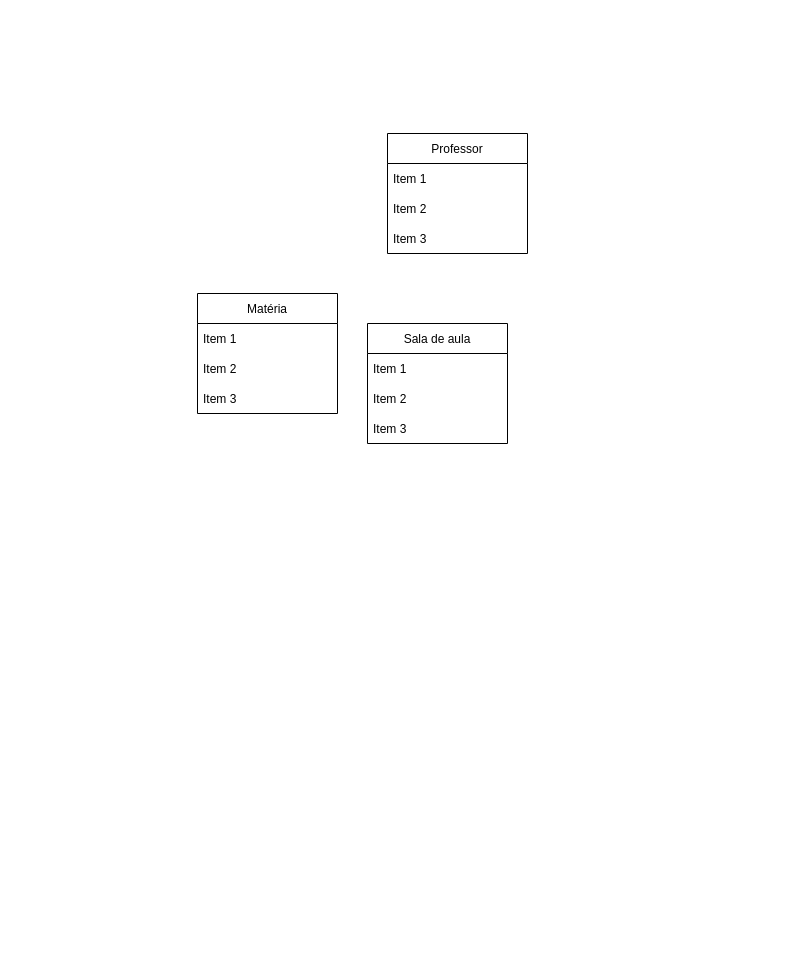
The draw.io diagram Untitled Diagram.drawio in GCardoso-lab/Comp2, before the edit. Source tidied: cells renumbered, new cells numbered last; positions are measured from the earlier drawing's top-left corner, leaving out a move shared by most shapes. Both pictures are drawn from the tidied source at 100%, with x=0, y=0 at pixel (197, 133).
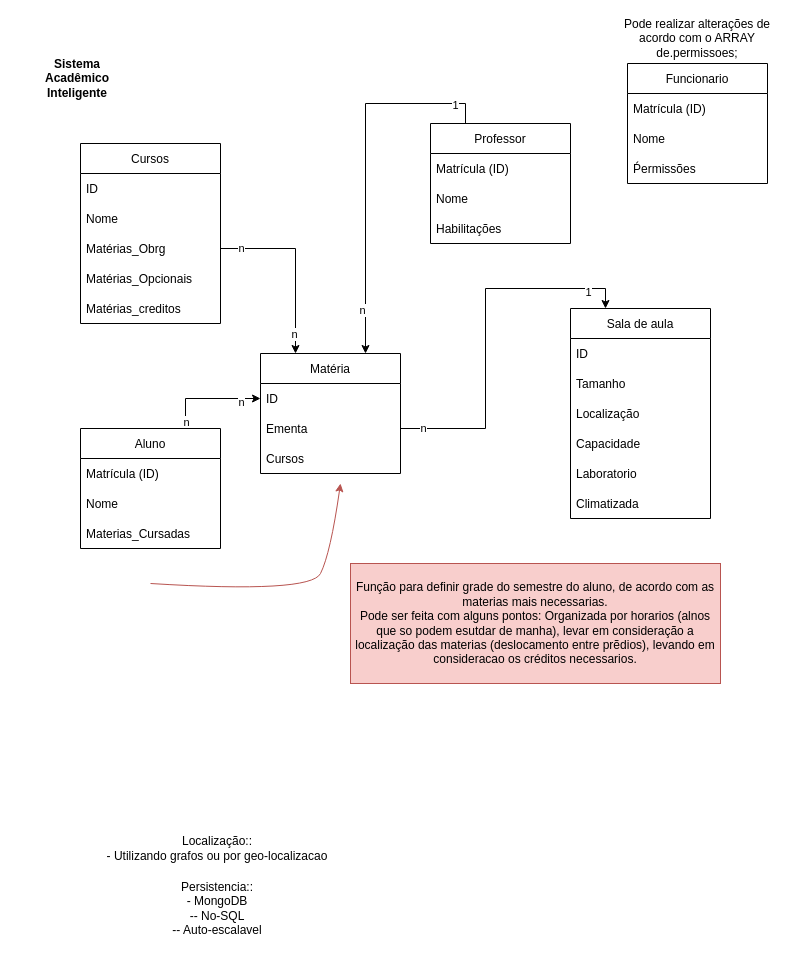
After the change.

Commit message:
Classes iniciais e objetivos

Diff of the diagram source:
```diff
@@
     <mxCell id="2" value="Matéria" style="swimlane;fontStyle=0;horizontal=1;startSize=30;" parent="1" vertex="1">
-      <mxGeometry y="160" width="140" height="120" as="geometry" />
+      <mxGeometry x="63" y="220" width="140" height="120" as="geometry" />
     </mxCell>
-    <mxCell id="3" value="Item 1" style="text;strokeColor=none;fillColor=none;align=left;verticalAlign=middle;spacingLeft=4;spacingRight=4;overflow=hidden;points=[[0,0.5],[1,0.5]];portConstraint=eastwest;" parent="2" vertex="1">
+    <mxCell id="3" value="ID" style="text;strokeColor=none;fillColor=none;align=left;verticalAlign=middle;spacingLeft=4;spacingRight=4;overflow=hidden;points=[[0,0.5],[1,0.5]];portConstraint=eastwest;" parent="2" vertex="1">
       <mxGeometry y="30" width="140" height="30" as="geometry" />
     </mxCell>
-    <mxCell id="4" value="Item 2" style="text;strokeColor=none;fillColor=none;align=left;verticalAlign=middle;spacingLeft=4;spacingRight=4;overflow=hidden;points=[[0,0.5],[1,0.5]];portConstraint=eastwest;" parent="2" vertex="1">
+    <mxCell id="4" value="Ementa" style="text;strokeColor=none;fillColor=none;align=left;verticalAlign=middle;spacingLeft=4;spacingRight=4;overflow=hidden;points=[[0,0.5],[1,0.5]];portConstraint=eastwest;" parent="2" vertex="1">
       <mxGeometry y="60" width="140" height="30" as="geometry" />
     </mxCell>
-    <mxCell id="5" value="Item 3" style="text;strokeColor=none;fillColor=none;align=left;verticalAlign=middle;spacingLeft=4;spacingRight=4;overflow=hidden;" parent="2" vertex="1">
+    <mxCell id="5" value="Cursos" style="text;strokeColor=none;fillColor=none;align=left;verticalAlign=middle;spacingLeft=4;spacingRight=4;overflow=hidden;" parent="2" vertex="1">
       <mxGeometry y="90" width="140" height="30" as="geometry" />
     </mxCell>
+    <mxCell id="14" style="edgeStyle=orthogonalEdgeStyle;rounded=0;jettySize=auto;html=1;exitX=0.25;exitY=0;exitDx=0;exitDy=0;entryX=0.75;entryY=0;entryDx=0;entryDy=0;" parent="1" edge="1" source="6" target="2">
+      <mxGeometry relative="1" as="geometry" />
+    </mxCell>
+    <mxCell id="15" value="1" style="edgeLabel;html=1;align=center;verticalAlign=middle;" parent="14" vertex="1">
+      <mxGeometry x="-0.83" y="1" relative="1" as="geometry" />
+    </mxCell>
+    <mxCell id="16" value="n" style="edgeLabel;html=1;align=center;verticalAlign=middle;" parent="14" vertex="1">
+      <mxGeometry x="0.76" y="-4" relative="1" as="geometry" />
+    </mxCell>
     <mxCell id="6" value="Professor" style="swimlane;fontStyle=0;horizontal=1;startSize=30;" parent="1" vertex="1">
-      <mxGeometry x="190" width="140" height="120" as="geometry" />
+      <mxGeometry x="233" y="-10" width="140" height="120" as="geometry" />
     </mxCell>
-    <mxCell id="7" value="Item 1" style="text;strokeColor=none;fillColor=none;align=left;verticalAlign=middle;spacingLeft=4;spacingRight=4;overflow=hidden;" parent="6" vertex="1">
+    <mxCell id="7" value="Matrícula (ID)" style="text;strokeColor=none;fillColor=none;align=left;verticalAlign=middle;spacingLeft=4;spacingRight=4;overflow=hidden;" parent="6" vertex="1">
       <mxGeometry y="30" width="140" height="30" as="geometry" />
     </mxCell>
-    <mxCell id="8" value="Item 2" style="text;strokeColor=none;fillColor=none;align=left;verticalAlign=middle;spacingLeft=4;spacingRight=4;overflow=hidden;" parent="6" vertex="1">
+    <mxCell id="8" value="Nome" style="text;strokeColor=none;fillColor=none;align=left;verticalAlign=middle;spacingLeft=4;spacingRight=4;overflow=hidden;" parent="6" vertex="1">
       <mxGeometry y="60" width="140" height="30" as="geometry" />
     </mxCell>
-    <mxCell id="9" value="Item 3" style="text;strokeColor=none;fillColor=none;align=left;verticalAlign=middle;spacingLeft=4;spacingRight=4;overflow=hidden;" parent="6" vertex="1">
+    <mxCell id="9" value="Habilitações" style="text;strokeColor=none;fillColor=none;align=left;verticalAlign=middle;spacingLeft=4;spacingRight=4;overflow=hidden;" parent="6" vertex="1">
       <mxGeometry y="90" width="140" height="30" as="geometry" />
     </mxCell>
     <mxCell id="10" value="Sala de aula" style="swimlane;fontStyle=0;horizontal=1;startSize=30;" parent="1" vertex="1">
-      <mxGeometry x="170" y="190" width="140" height="120" as="geometry" />
+      <mxGeometry x="373" y="175" width="140" height="210" as="geometry" />
     </mxCell>
-    <mxCell id="11" value="Item 1" style="text;strokeColor=none;fillColor=none;align=left;verticalAlign=middle;spacingLeft=4;spacingRight=4;overflow=hidden;" parent="10" vertex="1">
+    <mxCell id="11" value="ID" style="text;strokeColor=none;fillColor=none;align=left;verticalAlign=middle;spacingLeft=4;spacingRight=4;overflow=hidden;" parent="10" vertex="1">
       <mxGeometry y="30" width="140" height="30" as="geometry" />
     </mxCell>
+    <mxCell id="17" value="Tamanho" style="text;strokeColor=none;fillColor=none;align=left;verticalAlign=middle;spacingLeft=4;spacingRight=4;overflow=hidden;" parent="10" vertex="1">
+      <mxGeometry y="60" width="140" height="30" as="geometry" />
+    </mxCell>
-    <mxCell id="12" value="Item 2" style="text;strokeColor=none;fillColor=none;align=left;verticalAlign=middle;spacingLeft=4;spacingRight=4;overflow=hidden;" parent="10" vertex="1">
-      <mxGeometry y="60" width="140" height="30" as="geometry" />
+    <mxCell id="12" value="Localização" style="text;strokeColor=none;fillColor=none;align=left;verticalAlign=middle;spacingLeft=4;spacingRight=4;overflow=hidden;" parent="10" vertex="1">
+      <mxGeometry y="90" width="140" height="30" as="geometry" />
     </mxCell>
-    <mxCell id="13" value="Item 3" style="text;strokeColor=none;fillColor=none;align=left;verticalAlign=middle;spacingLeft=4;spacingRight=4;overflow=hidden;" parent="10" vertex="1">
-      <mxGeometry y="90" width="140" height="30" as="geometry" />
+    <mxCell id="13" value="Capacidade    " style="text;strokeColor=none;fillColor=none;align=left;verticalAlign=middle;spacingLeft=4;spacingRight=4;overflow=hidden;" parent="10" vertex="1">
+      <mxGeometry y="120" width="140" height="30" as="geometry" />
     </mxCell>
+    <mxCell id="18" value="Laboratorio" style="text;strokeColor=none;fillColor=none;align=left;verticalAlign=middle;spacingLeft=4;spacingRight=4;overflow=hidden;" parent="10" vertex="1">
+      <mxGeometry y="150" width="140" height="30" as="geometry" />
+    </mxCell>
+    <mxCell id="19" value="Climatizada" style="text;strokeColor=none;fillColor=none;align=left;verticalAlign=middle;spacingLeft=4;spacingRight=4;overflow=hidden;" parent="10" vertex="1">
+      <mxGeometry y="180" width="140" height="30" as="geometry" />
+    </mxCell>
+    <mxCell id="20" value="Cursos" style="swimlane;fontStyle=0;horizontal=1;startSize=30;" parent="1" vertex="1">
+      <mxGeometry x="-117" y="10" width="140" height="180" as="geometry" />
+    </mxCell>
+    <mxCell id="21" value="ID" style="text;strokeColor=none;fillColor=none;align=left;verticalAlign=middle;spacingLeft=4;spacingRight=4;overflow=hidden;" parent="20" vertex="1">
+      <mxGeometry y="30" width="140" height="30" as="geometry" />
+    </mxCell>
+    <mxCell id="22" value="Nome" style="text;strokeColor=none;fillColor=none;align=left;verticalAlign=middle;spacingLeft=4;spacingRight=4;overflow=hidden;" parent="20" vertex="1">
+      <mxGeometry y="60" width="140" height="30" as="geometry" />
+    </mxCell>
+    <mxCell id="23" value="Matérias_Obrg" style="text;strokeColor=none;fillColor=none;align=left;verticalAlign=middle;spacingLeft=4;spacingRight=4;overflow=hidden;points=[[0,0.5],[1,0.5]];portConstraint=eastwest;" parent="20" vertex="1">
+      <mxGeometry y="90" width="140" height="30" as="geometry" />
+    </mxCell>
+    <mxCell id="24" value="Matérias_Opcionais" style="text;strokeColor=none;fillColor=none;align=left;verticalAlign=middle;spacingLeft=4;spacingRight=4;overflow=hidden;" parent="20" vertex="1">
+      <mxGeometry y="120" width="140" height="30" as="geometry" />
+    </mxCell>
+    <mxCell id="25" value="Matérias_creditos" style="text;strokeColor=none;fillColor=none;align=left;verticalAlign=middle;spacingLeft=4;spacingRight=4;overflow=hidden;" parent="20" vertex="1">
+      <mxGeometry y="150" width="140" height="30" as="geometry" />
+    </mxCell>
+    <mxCell id="26" style="edgeStyle=orthogonalEdgeStyle;rounded=0;jettySize=auto;html=1;exitX=1;exitY=0.5;exitDx=0;exitDy=0;entryX=0.25;entryY=0;entryDx=0;entryDy=0;" parent="1" edge="1" source="23" target="2">
+      <mxGeometry relative="1" as="geometry" />
+    </mxCell>
+    <mxCell id="27" value="n" style="edgeLabel;html=1;align=center;verticalAlign=middle;" parent="26" vertex="1">
+      <mxGeometry x="0.79" y="-1" relative="1" as="geometry">
+        <mxPoint x="-1" y="-1" as="offset" />
+      </mxGeometry>
+    </mxCell>
+    <mxCell id="28" value="n" style="edgeLabel;html=1;align=center;verticalAlign=middle;" parent="26" vertex="1">
+      <mxGeometry x="-0.78" y="1" relative="1" as="geometry" />
+    </mxCell>
+    <mxCell id="29" style="edgeStyle=orthogonalEdgeStyle;rounded=0;jettySize=auto;html=1;exitX=1;exitY=0.5;exitDx=0;exitDy=0;entryX=0.25;entryY=0;entryDx=0;entryDy=0;" parent="1" edge="1" source="4" target="10">
+      <mxGeometry relative="1" as="geometry" />
+    </mxCell>
+    <mxCell id="30" value="1" style="edgeLabel;html=1;align=center;verticalAlign=middle;" parent="29" vertex="1">
+      <mxGeometry x="0.79" y="-3" relative="1" as="geometry" />
+    </mxCell>
+    <mxCell id="31" value="n" style="edgeLabel;html=1;align=center;verticalAlign=middle;" parent="29" vertex="1">
+      <mxGeometry x="-0.88" y="1" relative="1" as="geometry" />
+    </mxCell>
+    <mxCell id="32" value="&lt;b&gt;Sistema Acadêmico Inteligente&lt;br&gt;&lt;/b&gt;" style="text;html=1;strokeColor=none;fillColor=none;align=center;verticalAlign=middle;whiteSpace=wrap;rounded=0;" parent="1" vertex="1">
+      <mxGeometry x="-150" y="-70" width="60" height="30" as="geometry" />
+    </mxCell>
+    <mxCell id="33" style="edgeStyle=orthogonalEdgeStyle;rounded=0;jettySize=auto;html=1;exitX=0.75;exitY=0;exitDx=0;exitDy=0;entryX=0;entryY=0.5;entryDx=0;entryDy=0;" parent="1" edge="1" source="36" target="3">
+      <mxGeometry relative="1" as="geometry" />
+    </mxCell>
+    <mxCell id="34" value="n" style="edgeLabel;html=1;align=center;verticalAlign=middle;" parent="33" vertex="1">
+      <mxGeometry x="0.62" y="-3" relative="1" as="geometry" />
+    </mxCell>
+    <mxCell id="35" value="n" style="edgeLabel;html=1;align=center;verticalAlign=middle;" parent="33" vertex="1">
+      <mxGeometry x="-0.86" relative="1" as="geometry" />
+    </mxCell>
+    <mxCell id="36" value="Aluno" style="swimlane;fontStyle=0;horizontal=1;startSize=30;" parent="1" vertex="1">
+      <mxGeometry x="-117" y="295" width="140" height="120" as="geometry" />
+    </mxCell>
+    <mxCell id="37" value="Matrícula (ID)" style="text;strokeColor=none;fillColor=none;align=left;verticalAlign=middle;spacingLeft=4;spacingRight=4;overflow=hidden;" parent="36" vertex="1">
+      <mxGeometry y="30" width="140" height="30" as="geometry" />
+    </mxCell>
+    <mxCell id="38" value="Nome" style="text;strokeColor=none;fillColor=none;align=left;verticalAlign=middle;spacingLeft=4;spacingRight=4;overflow=hidden;" parent="36" vertex="1">
+      <mxGeometry y="60" width="140" height="30" as="geometry" />
+    </mxCell>
+    <mxCell id="39" value="Materias_Cursadas" style="text;strokeColor=none;fillColor=none;align=left;verticalAlign=middle;spacingLeft=4;spacingRight=4;overflow=hidden;" parent="36" vertex="1">
+      <mxGeometry y="90" width="140" height="30" as="geometry" />
+    </mxCell>
+    <mxCell id="40" style="curved=1;endArrow=classic;html=1;rounded=0;fillColor=#f8cecc;strokeColor=#b85450;" parent="1" edge="1">
+      <mxGeometry relative="1" as="geometry">
+        <mxPoint x="-47" y="450" as="sourcePoint" />
+        <mxPoint x="143" y="350" as="targetPoint" />
+        <Array as="points">
+          <mxPoint x="113" y="460" />
+          <mxPoint x="133" y="420" />
+        </Array>
+      </mxGeometry>
+    </mxCell>
+    <mxCell id="41" value="&lt;div&gt;Função para definir grade do semestre do aluno, de acordo com as materias mais necessarias.&lt;/div&gt;&lt;div&gt;Pode ser feita com alguns pontos: Organizada por horarios (alnos que so podem esutdar de manha), levar em consideração a localização das materias (deslocamento entre prẽdios), levando em consideracao os créditos necessarios.&lt;br&gt;&lt;/div&gt;" style="text;html=1;strokeColor=#b85450;fillColor=#f8cecc;align=center;verticalAlign=middle;whiteSpace=wrap;rounded=0;" parent="1" vertex="1">
+      <mxGeometry x="153" y="430" width="370" height="120" as="geometry" />
+    </mxCell>
+    <mxCell id="42" value="&lt;div&gt;Localização::&lt;/div&gt;&lt;div&gt;- Utilizando grafos ou por geo-localizacao&lt;br&gt;&lt;/div&gt;" style="text;html=1;strokeColor=none;fillColor=none;align=center;verticalAlign=middle;whiteSpace=wrap;rounded=0;" parent="1" vertex="1">
+      <mxGeometry x="-180" y="700" width="400" height="30" as="geometry" />
+    </mxCell>
+    <mxCell id="43" value="&lt;div&gt;Persistencia::&lt;/div&gt;&lt;div&gt;- MongoDB &lt;br&gt;&lt;/div&gt;&lt;div&gt;-- No-SQL&lt;/div&gt;&lt;div&gt;-- Auto-escalavel&lt;br&gt;&lt;/div&gt;" style="text;html=1;strokeColor=none;fillColor=none;align=center;verticalAlign=middle;whiteSpace=wrap;rounded=0;" parent="1" vertex="1">
+      <mxGeometry x="-180" y="760" width="400" height="30" as="geometry" />
+    </mxCell>
+    <mxCell id="44" value="Funcionario" style="swimlane;fontStyle=0;horizontal=1;startSize=30;" parent="1" vertex="1">
+      <mxGeometry x="430" y="-70" width="140" height="120" as="geometry" />
+    </mxCell>
+    <mxCell id="45" value="Matrícula (ID)" style="text;strokeColor=none;fillColor=none;align=left;verticalAlign=middle;spacingLeft=4;spacingRight=4;overflow=hidden;" parent="44" vertex="1">
+      <mxGeometry y="30" width="140" height="30" as="geometry" />
+    </mxCell>
+    <mxCell id="46" value="Nome" style="text;strokeColor=none;fillColor=none;align=left;verticalAlign=middle;spacingLeft=4;spacingRight=4;overflow=hidden;" parent="44" vertex="1">
+      <mxGeometry y="60" width="140" height="30" as="geometry" />
+    </mxCell>
+    <mxCell id="47" value="Ṕermissões" style="text;strokeColor=none;fillColor=none;align=left;verticalAlign=middle;spacingLeft=4;spacingRight=4;overflow=hidden;" parent="44" vertex="1">
+      <mxGeometry y="90" width="140" height="30" as="geometry" />
+    </mxCell>
+    <mxCell id="48" value="Pode realizar alterações de acordo com o ARRAY de.permissoes;" style="text;html=1;strokeColor=none;fillColor=none;align=center;verticalAlign=middle;whiteSpace=wrap;rounded=0;" parent="1" vertex="1">
+      <mxGeometry x="410" y="-110" width="180" height="30" as="geometry" />
+    </mxCell>
```
